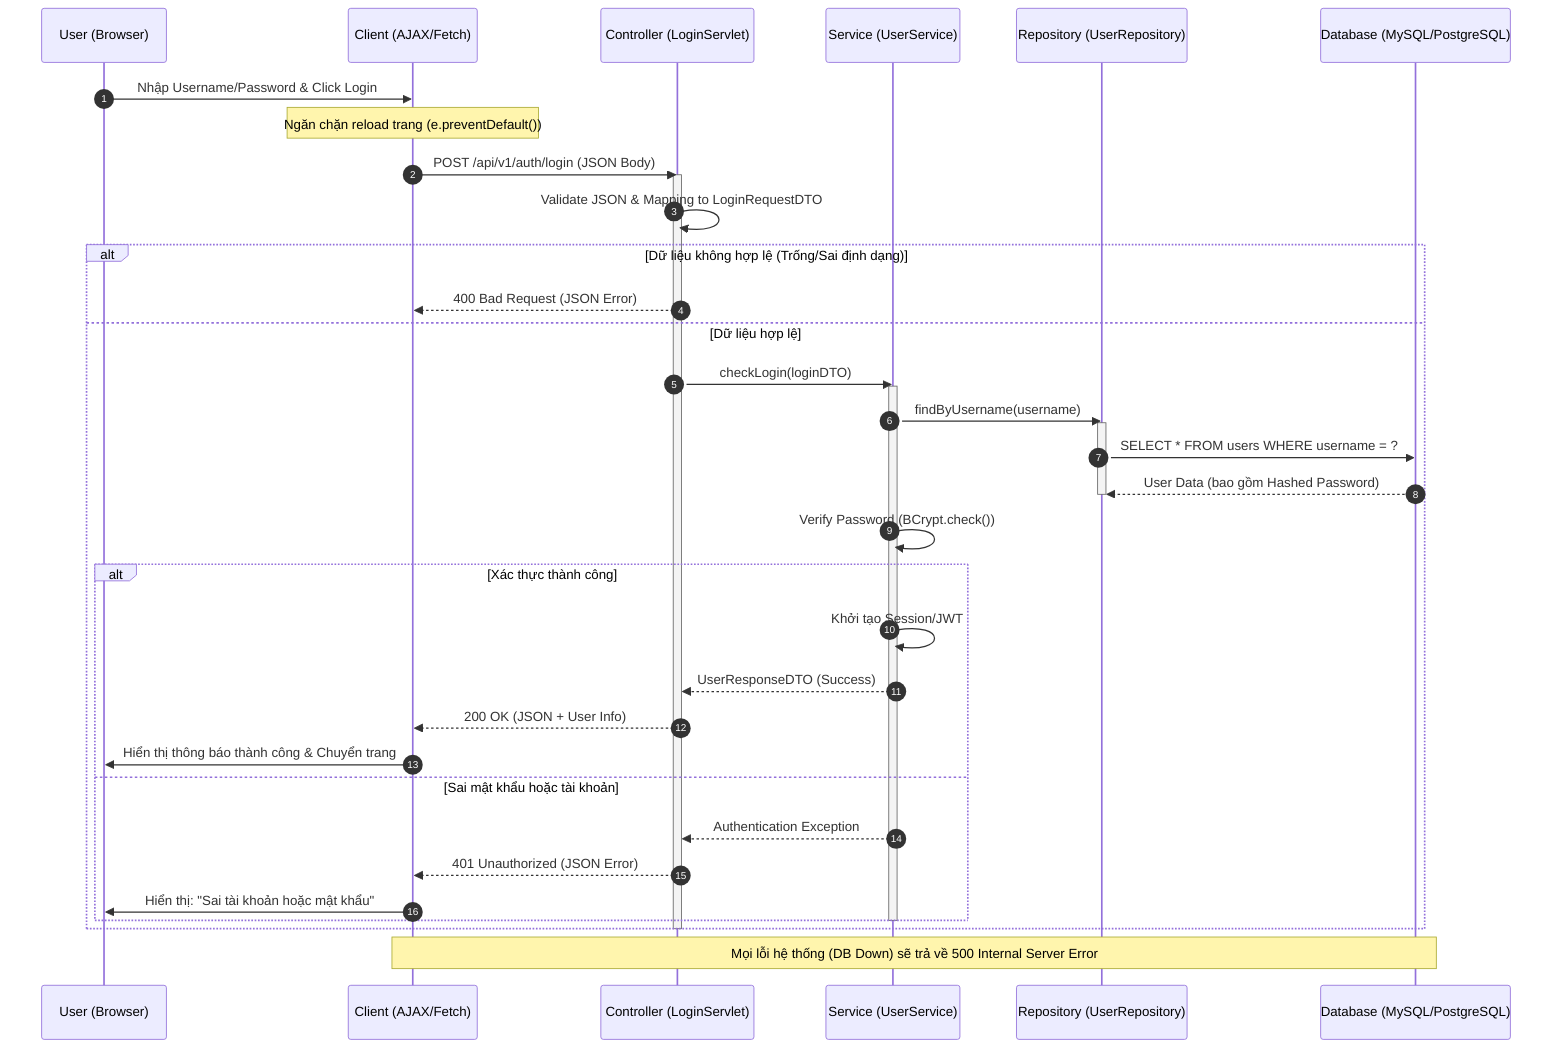
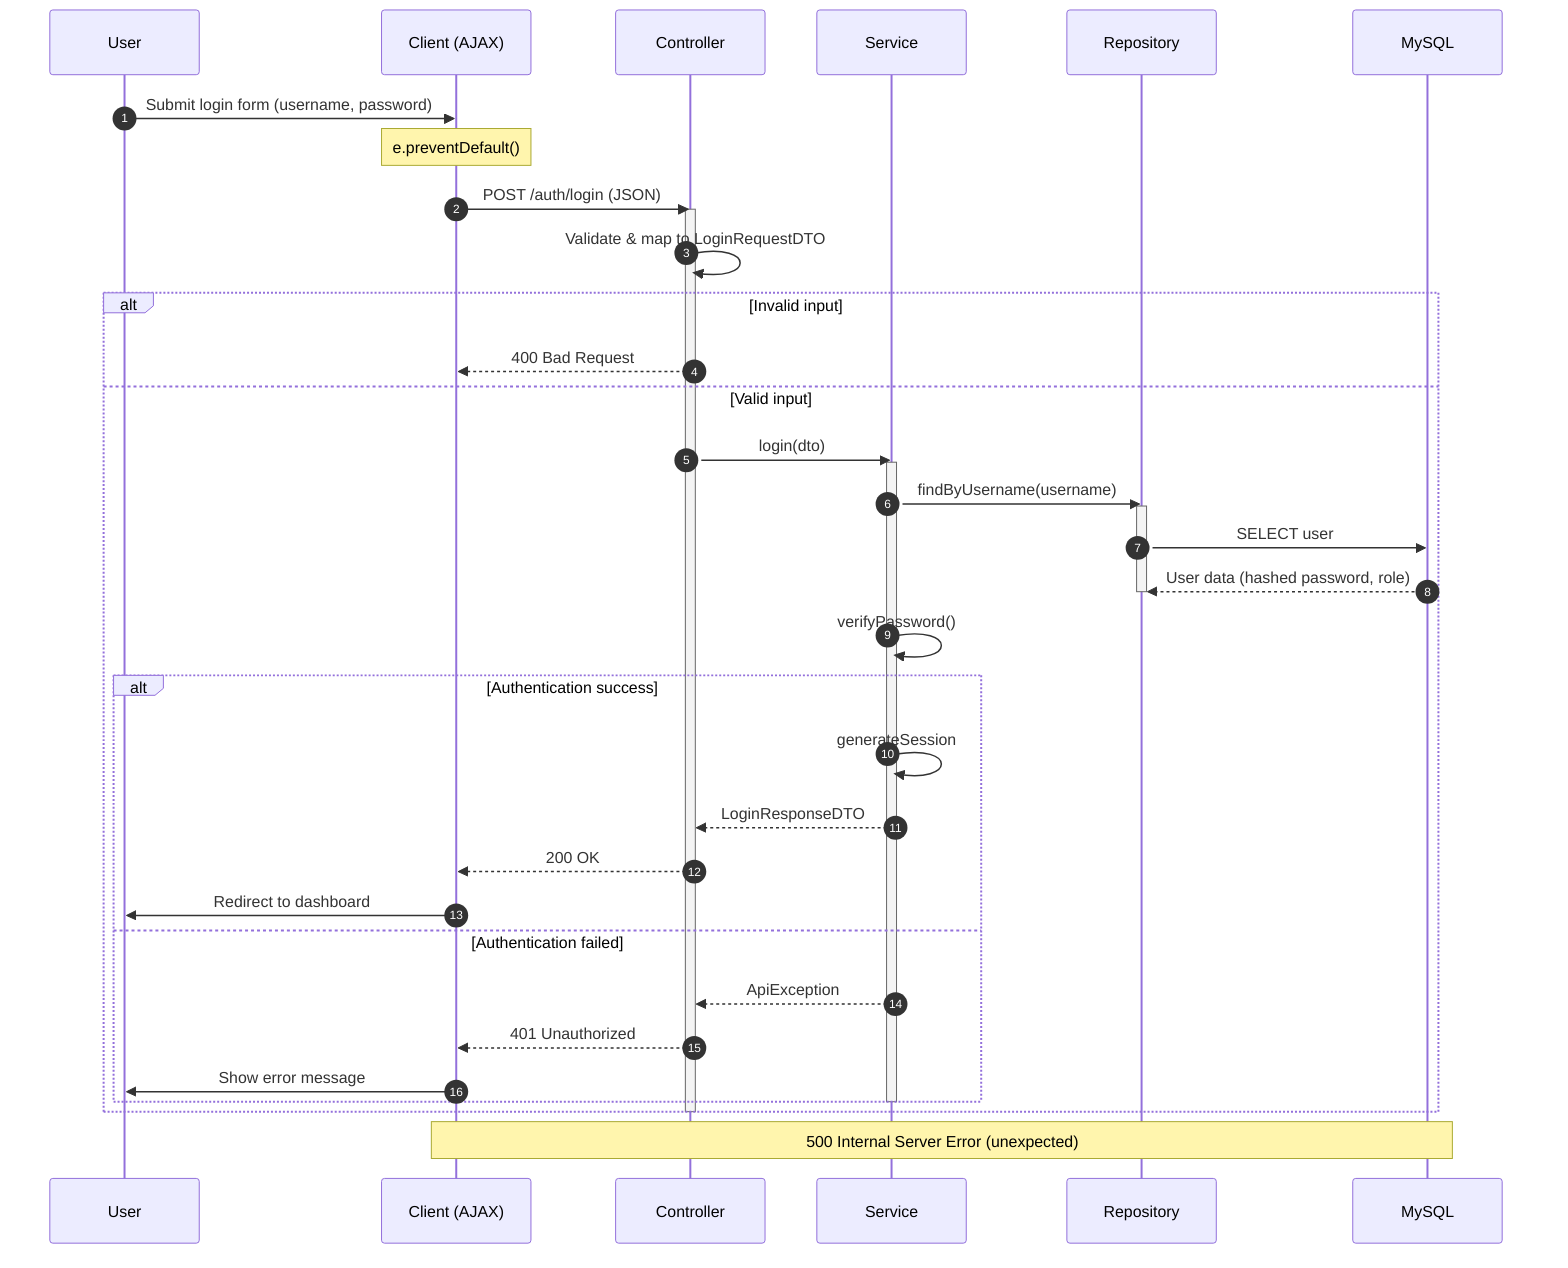
sequenceDiagram
    autonumber
-     participant U as User (Browser)
-     participant JS as Client (AJAX/Fetch)
-     participant C as Controller (LoginServlet)
-     participant S as Service (UserService)
-     participant R as Repository (UserRepository)
-     participant DB as Database (MySQL/PostgreSQL)

-     U->>JS: Nhập Username/Password & Click Login
+     participant U as User
+     participant JS as Client (AJAX)
+     participant C as Controller
+     participant S as Service
+     participant R as Repository
+     participant DB as MySQL

-     Note over JS: Ngăn chặn reload trang (e.preventDefault())
-     JS->>C: POST /api/v1/auth/login (JSON Body)
+     U->>JS: Submit login form (username, password)
+     Note over JS: e.preventDefault()
+ 
+     JS->>C: POST /auth/login (JSON)

    activate C
-     C->>C: Validate JSON & Mapping to LoginRequestDTO
+     C->>C: Validate & map to LoginRequestDTO

-     alt Dữ liệu không hợp lệ (Trống/Sai định dạng)
-         C-->>JS: 400 Bad Request (JSON Error)
-     else Dữ liệu hợp lệ
-         C->>S: checkLogin(loginDTO)
+     alt Invalid input
+         C-->>JS: 400 Bad Request
+     else Valid input
+         C->>S: login(dto)
        activate S

        S->>R: findByUsername(username)
        activate R
-         R->>DB: SELECT * FROM users WHERE username = ?
-         DB-->>R: User Data (bao gồm Hashed Password)
+         R->>DB: SELECT user
+         DB-->>R: User data (hashed password, role)
        deactivate R

-         S->>S: Verify Password (BCrypt.check())
+         S->>S: verifyPassword()

-         alt Xác thực thành công
-             S->>S: Khởi tạo Session/JWT
-             S-->>C: UserResponseDTO (Success)
-             C-->>JS: 200 OK (JSON + User Info)
-             JS->>U: Hiển thị thông báo thành công & Chuyển trang
-         else Sai mật khẩu hoặc tài khoản
-             S-->>C: Authentication Exception
-             C-->>JS: 401 Unauthorized (JSON Error)
-             JS->>U: Hiển thị: "Sai tài khoản hoặc mật khẩu"
+         alt Authentication success
+             S->>S: generateSession
+             S-->>C: LoginResponseDTO
+             C-->>JS: 200 OK
+             JS->>U: Redirect to dashboard
+ 
+         else Authentication failed
+             S-->>C: ApiException
+             C-->>JS: 401 Unauthorized
+             JS->>U: Show error message
        end
+ 
        deactivate S
    end
    deactivate C

-     Note over JS, DB: Mọi lỗi hệ thống (DB Down) sẽ trả về 500 Internal Server Error
+     Note over JS,DB: 500 Internal Server Error (unexpected)